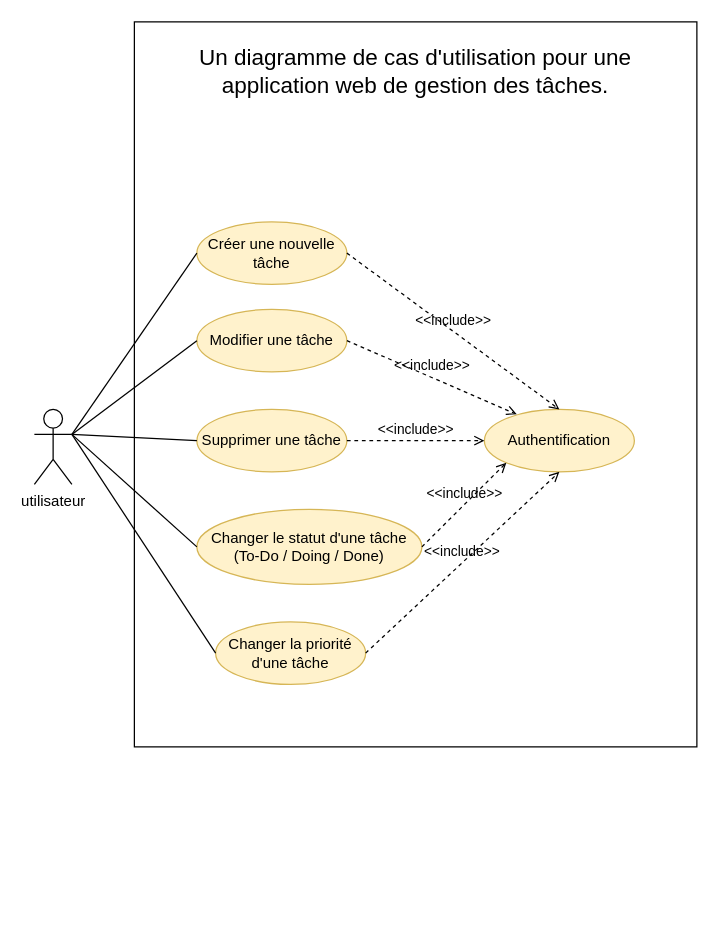
Earlier version of the draw.io diagram UML/UseCase_diagram.drawio (Abderrahman-Ahouari/to-do-App). Source tidied: cells renumbered, new cells numbered last; positions are measured from the earlier drawing's top-left corner, leaving out a move shared by most shapes. Both pictures are drawn from the tidied source at 125%, with x=0, y=0 at pixel (34, 21).
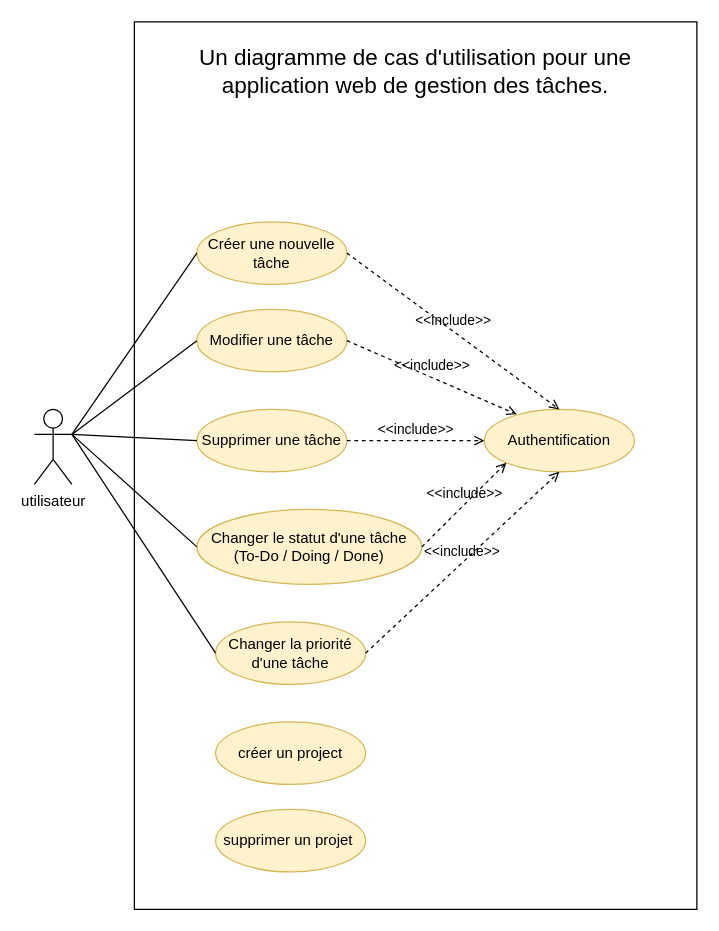
The same page after the edit.

What changed in the source:
```diff
@@
     <mxCell id="2" style="rounded=0;whiteSpace=wrap;html=1;" parent="1" vertex="1">
-      <mxGeometry x="80" width="450" height="580" as="geometry" />
+      <mxGeometry x="80" width="450" height="710" as="geometry" />
     </mxCell>
@@
+    <mxCell id="21" value="créer un project" style="ellipse;whiteSpace=wrap;html=1;fillColor=#fff2cc;strokeColor=#d6b656;" parent="1" vertex="1">
+      <mxGeometry x="145" y="560" width="120" height="50" as="geometry" />
+    </mxCell>
+    <mxCell id="22" value="supprimer un projet&amp;nbsp;" style="ellipse;whiteSpace=wrap;html=1;fillColor=#fff2cc;strokeColor=#d6b656;" parent="1" vertex="1">
+      <mxGeometry x="145" y="630" width="120" height="50" as="geometry" />
+    </mxCell>
```
